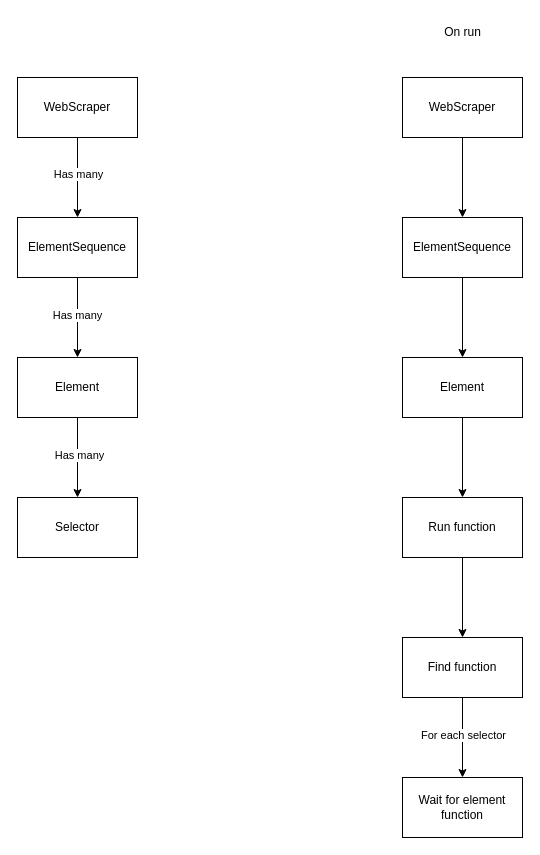
Above: Diagram.drawio in Mortbros/generalised-web-scraper (draw.io), before the change. Source tidied: cells renumbered, new cells numbered last; positions are measured from the earlier drawing's top-left corner, leaving out a move shared by most shapes. Both pictures are drawn from the tidied source at 100%, with x=0, y=0 at pixel (17, 17).
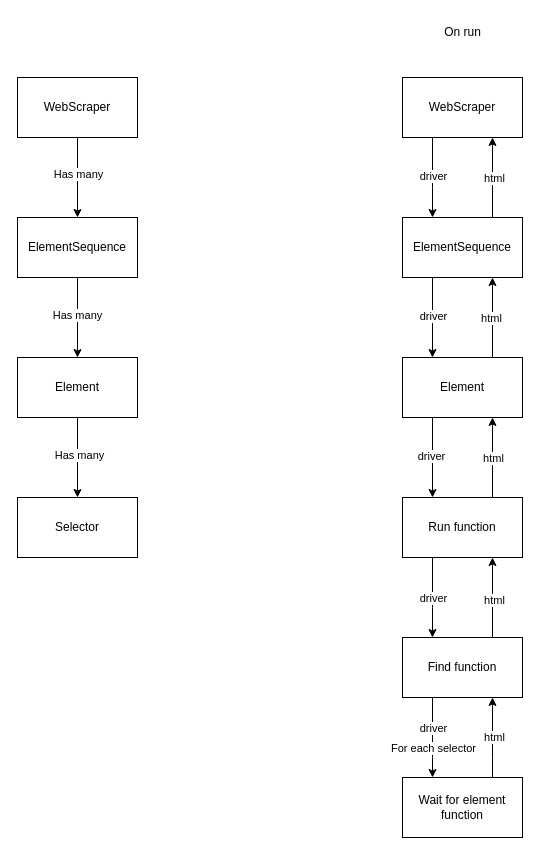
The same diagram, later.

Unchanged cells that the change refers to:
```xml
<mxCell id="13" value="WebScraper" style="rounded=0;whiteSpace=wrap;html=1;" parent="1" vertex="1">
  <mxGeometry x="385" y="60" width="120" height="60" as="geometry" />
</mxCell>
<mxCell id="15" value="ElementSequence" style="rounded=0;whiteSpace=wrap;html=1;" parent="1" vertex="1">
  <mxGeometry x="385" y="200" width="120" height="60" as="geometry" />
</mxCell>
<mxCell id="17" value="Element" style="rounded=0;whiteSpace=wrap;html=1;" parent="1" vertex="1">
  <mxGeometry x="385" y="340" width="120" height="60" as="geometry" />
</mxCell>
<mxCell id="20" value="Run function" style="rounded=0;whiteSpace=wrap;html=1;" parent="1" vertex="1">
  <mxGeometry x="385" y="480" width="120" height="60" as="geometry" />
</mxCell>
<mxCell id="23" value="Find function" style="rounded=0;whiteSpace=wrap;html=1;" parent="1" vertex="1">
  <mxGeometry x="385" y="620" width="120" height="60" as="geometry" />
</mxCell>
<mxCell id="24" value="Wait for element function" style="rounded=0;whiteSpace=wrap;html=1;" parent="1" vertex="1">
  <mxGeometry x="385" y="760" width="120" height="60" as="geometry" />
</mxCell>
```

The edit, as a diff of the source:
```diff
@@
     <mxCell id="12" style="edgeStyle=orthogonalEdgeStyle;rounded=0;jettySize=auto;html=1;" parent="1" edge="1" source="13" target="15">
-      <mxGeometry relative="1" as="geometry" />
+      <mxGeometry relative="1" as="geometry">
+        <Array as="points">
+          <mxPoint x="415" y="170" />
+          <mxPoint x="415" y="170" />
+        </Array>
+      </mxGeometry>
     </mxCell>
+    <mxCell id="25" value="driver" style="edgeLabel;html=1;align=center;verticalAlign=middle;" parent="12" vertex="1">
+      <mxGeometry x="-0.05" relative="1" as="geometry" />
+    </mxCell>
@@
     <mxCell id="14" style="edgeStyle=orthogonalEdgeStyle;rounded=0;jettySize=auto;html=1;" parent="1" edge="1" source="15" target="17">
-      <mxGeometry relative="1" as="geometry" />
+      <mxGeometry relative="1" as="geometry">
+        <Array as="points">
+          <mxPoint x="415" y="300" />
+          <mxPoint x="415" y="300" />
+        </Array>
+      </mxGeometry>
     </mxCell>
+    <mxCell id="26" value="driver" style="edgeLabel;html=1;align=center;verticalAlign=middle;" parent="14" vertex="1">
+      <mxGeometry x="-0.05" relative="1" as="geometry" />
+    </mxCell>
+    <mxCell id="27" style="edgeStyle=orthogonalEdgeStyle;rounded=0;jettySize=auto;html=1;" parent="1" edge="1" source="15" target="13">
+      <mxGeometry relative="1" as="geometry">
+        <Array as="points">
+          <mxPoint x="475" y="160" />
+          <mxPoint x="475" y="160" />
+        </Array>
+      </mxGeometry>
+    </mxCell>
+    <mxCell id="28" value="html" style="edgeLabel;html=1;align=center;verticalAlign=middle;" parent="27" vertex="1">
+      <mxGeometry x="0.01" y="-1" relative="1" as="geometry" />
+    </mxCell>
@@
     <mxCell id="16" style="edgeStyle=orthogonalEdgeStyle;rounded=0;jettySize=auto;html=1;" parent="1" edge="1" source="17" target="20">
-      <mxGeometry relative="1" as="geometry" />
+      <mxGeometry relative="1" as="geometry">
+        <Array as="points">
+          <mxPoint x="415" y="440" />
+          <mxPoint x="415" y="440" />
+        </Array>
+      </mxGeometry>
     </mxCell>
+    <mxCell id="29" value="driver" style="edgeLabel;html=1;align=center;verticalAlign=middle;" parent="16" vertex="1">
+      <mxGeometry x="-0.05" y="-2" relative="1" as="geometry" />
+    </mxCell>
+    <mxCell id="30" style="edgeStyle=orthogonalEdgeStyle;rounded=0;orthogonalLoop=1;jettySize=auto;html=1;" parent="1" edge="1">
+      <mxGeometry relative="1" as="geometry">
+        <mxPoint x="475" y="340" as="sourcePoint" />
+        <mxPoint x="475" y="260" as="targetPoint" />
+      </mxGeometry>
+    </mxCell>
+    <mxCell id="31" value="html" style="edgeLabel;html=1;align=center;verticalAlign=middle;" parent="30" vertex="1">
+      <mxGeometry x="0.01" y="2" relative="1" as="geometry" />
+    </mxCell>
@@
     <mxCell id="19" style="edgeStyle=orthogonalEdgeStyle;rounded=0;jettySize=auto;html=1;" parent="1" edge="1" source="20" target="23">
-      <mxGeometry relative="1" as="geometry" />
+      <mxGeometry relative="1" as="geometry">
+        <Array as="points">
+          <mxPoint x="415" y="590" />
+          <mxPoint x="415" y="590" />
+        </Array>
+      </mxGeometry>
     </mxCell>
+    <mxCell id="32" value="driver" style="edgeLabel;html=1;align=center;verticalAlign=middle;" parent="19" vertex="1">
+      <mxGeometry x="-0.2" relative="1" as="geometry">
+        <mxPoint y="8" as="offset" />
+      </mxGeometry>
+    </mxCell>
+    <mxCell id="33" style="edgeStyle=orthogonalEdgeStyle;rounded=0;jettySize=auto;html=1;" parent="1" edge="1" source="20" target="17">
+      <mxGeometry relative="1" as="geometry">
+        <Array as="points">
+          <mxPoint x="475" y="440" />
+          <mxPoint x="475" y="440" />
+        </Array>
+      </mxGeometry>
+    </mxCell>
+    <mxCell id="34" value="html" style="edgeLabel;html=1;align=center;verticalAlign=middle;" parent="33" vertex="1">
+      <mxGeometry x="-0.07" y="2" relative="1" as="geometry">
+        <mxPoint x="2" y="-3" as="offset" />
+      </mxGeometry>
+    </mxCell>
@@
     <mxCell id="21" style="edgeStyle=orthogonalEdgeStyle;rounded=0;jettySize=auto;html=1;" parent="1" edge="1" source="23" target="24">
-      <mxGeometry relative="1" as="geometry" />
+      <mxGeometry relative="1" as="geometry">
+        <Array as="points">
+          <mxPoint x="415" y="740" />
+          <mxPoint x="415" y="740" />
+        </Array>
+      </mxGeometry>
     </mxCell>
     <mxCell id="22" value="For each selector" style="edgeLabel;html=1;align=center;verticalAlign=middle;" parent="21" vertex="1">
-      <mxGeometry x="-0.08" relative="1" as="geometry" />
+      <mxGeometry x="-0.08" relative="1" as="geometry">
+        <mxPoint y="13" as="offset" />
+      </mxGeometry>
     </mxCell>
+    <mxCell id="35" value="driver" style="edgeLabel;html=1;align=center;verticalAlign=middle;" parent="21" vertex="1">
+      <mxGeometry x="-0.45" y="3" relative="1" as="geometry">
+        <mxPoint x="-3" y="8" as="offset" />
+      </mxGeometry>
+    </mxCell>
+    <mxCell id="36" style="edgeStyle=orthogonalEdgeStyle;rounded=0;jettySize=auto;html=1;" parent="1" edge="1" source="23" target="20">
+      <mxGeometry relative="1" as="geometry">
+        <Array as="points">
+          <mxPoint x="475" y="580" />
+          <mxPoint x="475" y="580" />
+        </Array>
+      </mxGeometry>
+    </mxCell>
+    <mxCell id="37" value="html" style="edgeLabel;html=1;align=center;verticalAlign=middle;" parent="36" vertex="1">
+      <mxGeometry x="-0.05" y="-1" relative="1" as="geometry" />
+    </mxCell>
@@
+    <mxCell id="38" style="edgeStyle=orthogonalEdgeStyle;rounded=0;jettySize=auto;html=1;" parent="1" edge="1" source="24" target="23">
+      <mxGeometry relative="1" as="geometry">
+        <Array as="points">
+          <mxPoint x="475" y="740" />
+          <mxPoint x="475" y="740" />
+        </Array>
+      </mxGeometry>
+    </mxCell>
+    <mxCell id="39" value="html" style="edgeLabel;html=1;align=center;verticalAlign=middle;" parent="38" vertex="1">
+      <mxGeometry x="0.03" y="-1" relative="1" as="geometry" />
+    </mxCell>
```
